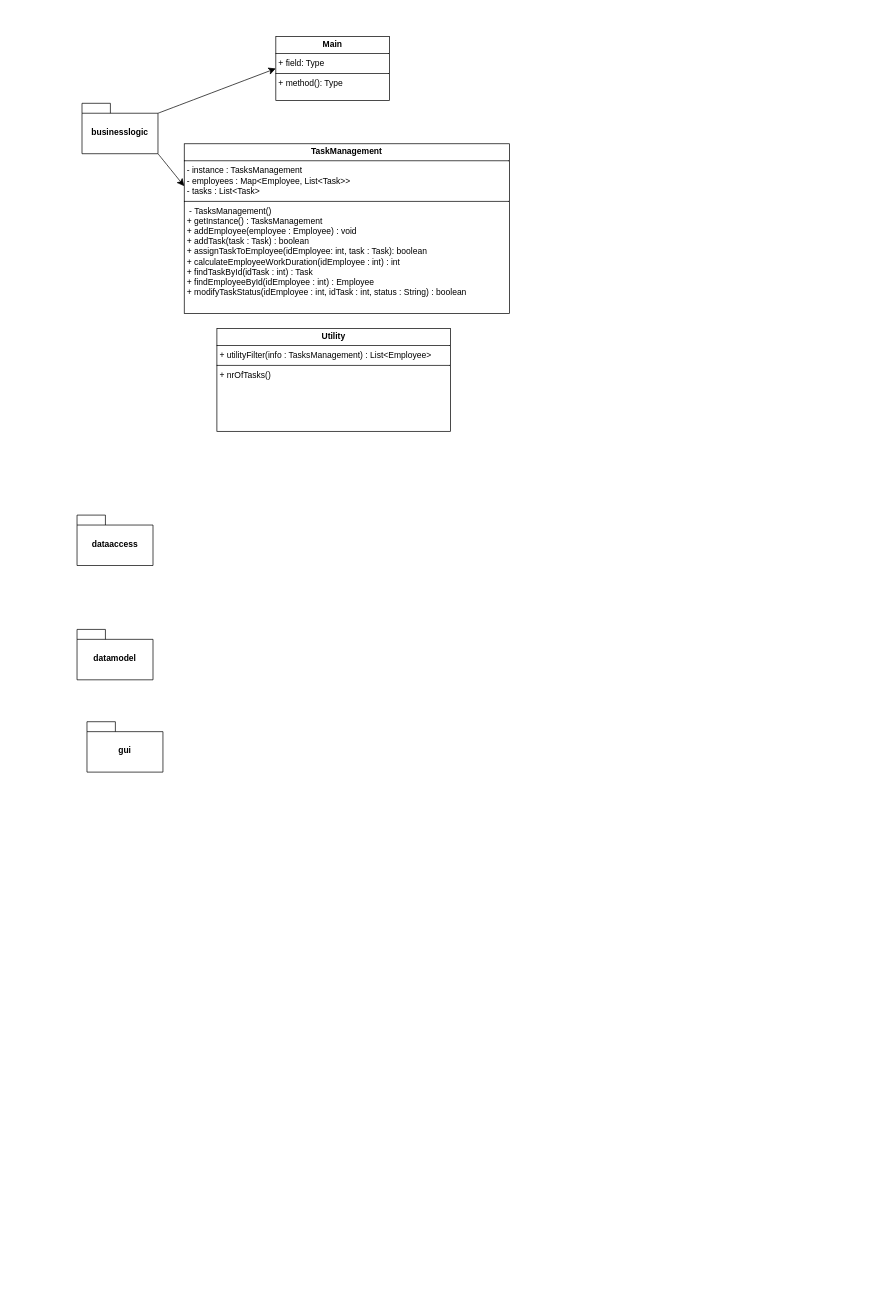
The draw.io diagram page "Page-3" (3 of 5) of UMLDiagram.drawio in 70NEL/TasksManagement, before the edit. Source tidied: cells renumbered, new cells numbered last; positions are measured from the earlier drawing's top-left corner, leaving out a move shared by most shapes. Both pictures are drawn from the tidied source at 71%, with x=0, y=0 at pixel (77, 36).
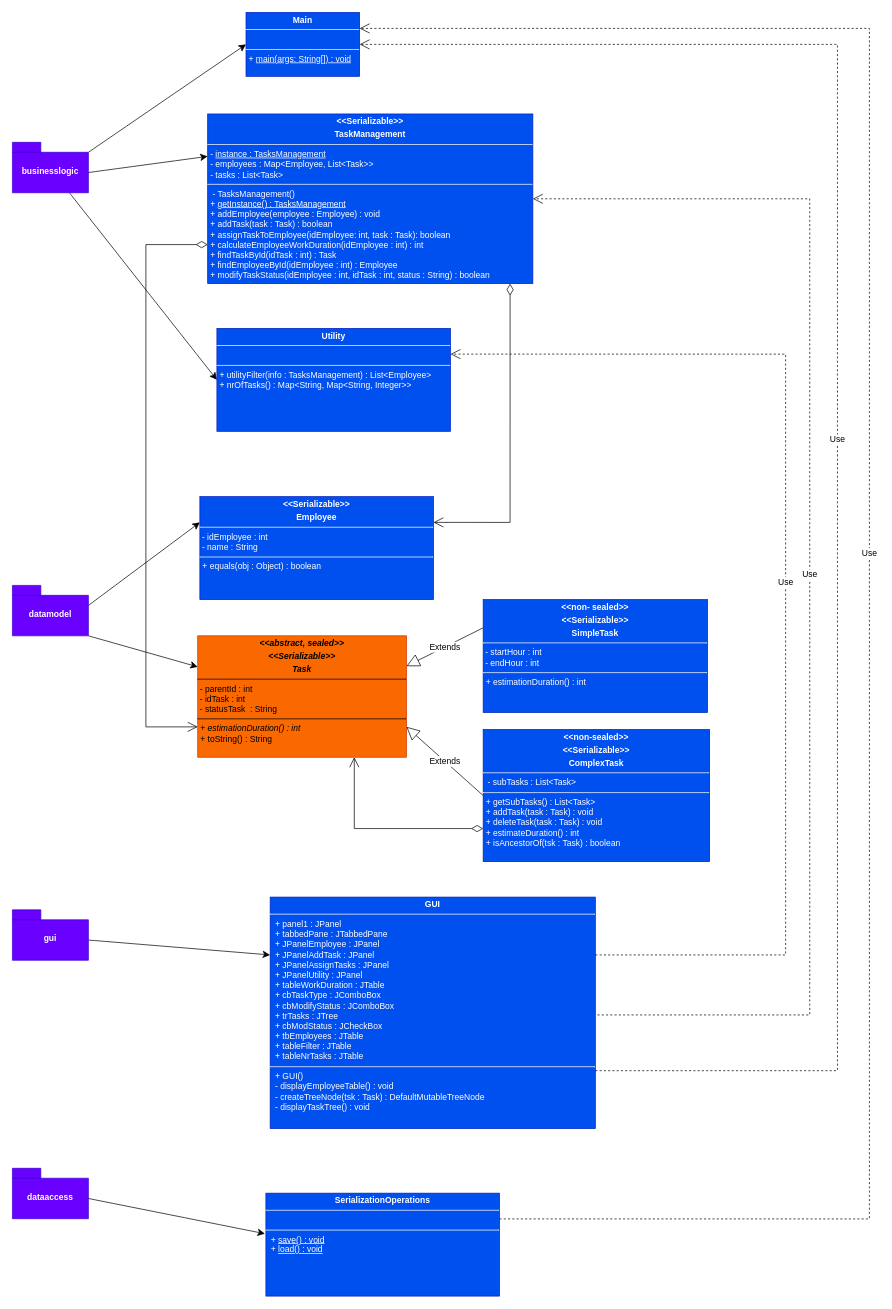
Above is the later version.

The edit, as a diff of the source:
```diff
@@
-    <mxCell id="3" style="edgeStyle=none;curved=1;rounded=0;jettySize=auto;html=1;exitX=0;exitY=0;exitDx=107;exitDy=71;exitPerimeter=0;entryX=0;entryY=0.25;entryDx=0;entryDy=0;fontSize=12;startSize=8;endSize=8;" parent="1" edge="1" source="4" target="9">
+    <mxCell id="3" style="edgeStyle=none;curved=1;rounded=0;jettySize=auto;html=1;exitX=0;exitY=0;exitDx=107;exitDy=42.5;exitPerimeter=0;entryX=0;entryY=0.25;entryDx=0;entryDy=0;fontSize=12;startSize=8;endSize=8;" parent="1" edge="1" source="4" target="9">
       <mxGeometry relative="1" as="geometry" />
     </mxCell>
+    <mxCell id="11" style="edgeStyle=none;curved=1;rounded=0;jettySize=auto;html=1;exitX=0.75;exitY=1;exitDx=0;exitDy=0;exitPerimeter=0;entryX=0;entryY=0.5;entryDx=0;entryDy=0;fontSize=12;startSize=8;endSize=8;" parent="1" edge="1" source="4" target="10">
+      <mxGeometry relative="1" as="geometry" />
+    </mxCell>
-    <mxCell id="4" value="businesslogic" style="shape=folder;fontStyle=1;spacingTop=10;tabWidth=40;tabHeight=14;tabPosition=left;html=1;whiteSpace=wrap;" parent="1" vertex="1">
-      <mxGeometry x="7" y="94" width="107" height="71" as="geometry" />
+    <mxCell id="4" value="businesslogic" style="shape=folder;fontStyle=1;spacingTop=10;tabWidth=40;tabHeight=14;tabPosition=left;html=1;whiteSpace=wrap;fillColor=#6a00ff;fontColor=#ffffff;strokeColor=#3700CC;" parent="1" vertex="1">
+      <mxGeometry x="-91" y="149" width="107" height="71" as="geometry" />
     </mxCell>
-    <mxCell id="5" value="dataaccess" style="shape=folder;fontStyle=1;spacingTop=10;tabWidth=40;tabHeight=14;tabPosition=left;html=1;whiteSpace=wrap;" parent="1" vertex="1">
-      <mxGeometry y="674" width="107" height="71" as="geometry" />
+    <mxCell id="5" value="dataaccess" style="shape=folder;fontStyle=1;spacingTop=10;tabWidth=40;tabHeight=14;tabPosition=left;html=1;whiteSpace=wrap;fillColor=#6a00ff;fontColor=#ffffff;strokeColor=#3700CC;" parent="1" vertex="1">
+      <mxGeometry x="-91" y="1594" width="107" height="71" as="geometry" />
     </mxCell>
+    <mxCell id="12" style="edgeStyle=none;curved=1;rounded=0;jettySize=auto;html=1;exitX=0;exitY=0;exitDx=107;exitDy=28.25;exitPerimeter=0;entryX=0;entryY=0.25;entryDx=0;entryDy=0;fontSize=12;startSize=8;endSize=8;" parent="1" edge="1" source="6" target="17">
+      <mxGeometry relative="1" as="geometry" />
+    </mxCell>
+    <mxCell id="13" style="edgeStyle=none;curved=1;rounded=0;jettySize=auto;html=1;exitX=0;exitY=0;exitDx=107;exitDy=71;exitPerimeter=0;fontSize=12;startSize=8;endSize=8;" parent="1" edge="1" source="6" target="18">
+      <mxGeometry relative="1" as="geometry" />
+    </mxCell>
-    <mxCell id="6" value="datamodel" style="shape=folder;fontStyle=1;spacingTop=10;tabWidth=40;tabHeight=14;tabPosition=left;html=1;whiteSpace=wrap;" parent="1" vertex="1">
-      <mxGeometry y="835" width="107" height="71" as="geometry" />
+    <mxCell id="6" value="datamodel" style="shape=folder;fontStyle=1;spacingTop=10;tabWidth=40;tabHeight=14;tabPosition=left;html=1;whiteSpace=wrap;fillColor=#6a00ff;fontColor=#ffffff;strokeColor=#3700CC;" parent="1" vertex="1">
+      <mxGeometry x="-91" y="773" width="107" height="71" as="geometry" />
     </mxCell>
+    <mxCell id="14" style="edgeStyle=none;curved=1;rounded=0;jettySize=auto;html=1;exitX=0;exitY=0;exitDx=107;exitDy=42.5;exitPerimeter=0;entryX=0;entryY=0.25;entryDx=0;entryDy=0;fontSize=12;startSize=8;endSize=8;" parent="1" edge="1" source="7" target="24">
+      <mxGeometry relative="1" as="geometry" />
+    </mxCell>
-    <mxCell id="7" value="gui" style="shape=folder;fontStyle=1;spacingTop=10;tabWidth=40;tabHeight=14;tabPosition=left;html=1;whiteSpace=wrap;" parent="1" vertex="1">
-      <mxGeometry x="14" y="965" width="107" height="71" as="geometry" />
+    <mxCell id="7" value="gui" style="shape=folder;fontStyle=1;spacingTop=10;tabWidth=40;tabHeight=14;tabPosition=left;html=1;whiteSpace=wrap;fillColor=#6a00ff;fontColor=#ffffff;strokeColor=#3700CC;" parent="1" vertex="1">
+      <mxGeometry x="-91" y="1230" width="107" height="71" as="geometry" />
     </mxCell>
-    <mxCell id="8" value="&lt;p style=&quot;margin:0px;margin-top:4px;text-align:center;&quot;&gt;&lt;b&gt;Main&lt;/b&gt;&lt;/p&gt;&lt;hr size=&quot;1&quot; style=&quot;border-style:solid;&quot;&gt;&lt;p style=&quot;margin:0px;margin-left:4px;&quot;&gt;+ field: Type&lt;/p&gt;&lt;hr size=&quot;1&quot; style=&quot;border-style:solid;&quot;&gt;&lt;p style=&quot;margin:0px;margin-left:4px;&quot;&gt;+ method(): Type&lt;/p&gt;" style="verticalAlign=top;align=left;overflow=fill;html=1;whiteSpace=wrap;" parent="1" vertex="1">
-      <mxGeometry x="280" width="160" height="90" as="geometry" />
+    <mxCell id="8" value="&lt;p style=&quot;margin:0px;margin-top:4px;text-align:center;&quot;&gt;&lt;b&gt;Main&lt;/b&gt;&lt;/p&gt;&lt;hr size=&quot;1&quot; style=&quot;border-style:solid;&quot;&gt;&lt;p style=&quot;margin:0px;margin-left:4px;&quot;&gt;&lt;br&gt;&lt;/p&gt;&lt;hr size=&quot;1&quot; style=&quot;border-style:solid;&quot;&gt;&lt;p style=&quot;margin:0px;margin-left:4px;&quot;&gt;+ &lt;u&gt;main(args: String[]) : void&lt;/u&gt;&lt;/p&gt;" style="verticalAlign=top;align=left;overflow=fill;html=1;whiteSpace=wrap;fillColor=#0050ef;fontColor=#ffffff;strokeColor=#001DBC;" parent="1" vertex="1">
+      <mxGeometry x="238" y="-34" width="160" height="90" as="geometry" />
     </mxCell>
-    <mxCell id="9" value="&lt;p style=&quot;margin:0px;margin-top:4px;text-align:center;&quot;&gt;&lt;b&gt;TaskManagement&lt;/b&gt;&lt;/p&gt;&lt;hr size=&quot;1&quot; style=&quot;border-style:solid;&quot;&gt;&lt;p style=&quot;margin:0px;margin-left:4px;&quot;&gt;- instance : TasksManagement&lt;/p&gt;&lt;p style=&quot;margin:0px;margin-left:4px;&quot;&gt;- employees : Map&amp;lt;Employee, List&amp;lt;Task&amp;gt;&amp;gt;&lt;/p&gt;&lt;p style=&quot;margin:0px;margin-left:4px;&quot;&gt;- tasks : List&amp;lt;Task&amp;gt;&lt;/p&gt;&lt;hr size=&quot;1&quot; style=&quot;border-style:solid;&quot;&gt;&lt;p style=&quot;margin:0px;margin-left:4px;&quot;&gt;&amp;nbsp;- TasksManagement()&lt;/p&gt;&lt;p style=&quot;margin:0px;margin-left:4px;&quot;&gt;+ getInstance() : TasksManagement&lt;/p&gt;&lt;p style=&quot;margin:0px;margin-left:4px;&quot;&gt;+ addEmployee(employee : Employee) : void&lt;/p&gt;&lt;p style=&quot;margin:0px;margin-left:4px;&quot;&gt;+ addTask(task : Task) : boolean&lt;/p&gt;&lt;p style=&quot;margin:0px;margin-left:4px;&quot;&gt;+ assignTaskToEmployee(idEmployee: int, task : Task): boolean&lt;/p&gt;&lt;p style=&quot;margin:0px;margin-left:4px;&quot;&gt;+ calculateEmployeeWorkDuration(idEmployee : int) : int&lt;/p&gt;&lt;p style=&quot;margin:0px;margin-left:4px;&quot;&gt;+ findTaskById(idTask : int) : Task&lt;/p&gt;&lt;p style=&quot;margin:0px;margin-left:4px;&quot;&gt;+ findEmployeeById(idEmployee : int) : Employee&lt;/p&gt;&lt;p style=&quot;margin:0px;margin-left:4px;&quot;&gt;+ modifyTaskStatus(idEmployee : int, idTask : int, status : String) : boolean&lt;/p&gt;" style="verticalAlign=top;align=left;overflow=fill;html=1;whiteSpace=wrap;" parent="1" vertex="1">
-      <mxGeometry x="151" y="151" width="458" height="239" as="geometry" />
+    <mxCell id="9" value="&lt;p style=&quot;margin:0px;margin-top:4px;text-align:center;&quot;&gt;&lt;b&gt;&amp;lt;&amp;lt;Serializable&amp;gt;&amp;gt;&lt;/b&gt;&lt;/p&gt;&lt;p style=&quot;margin:0px;margin-top:4px;text-align:center;&quot;&gt;&lt;b&gt;TaskManagement&lt;/b&gt;&lt;/p&gt;&lt;hr size=&quot;1&quot; style=&quot;border-style:solid;&quot;&gt;&lt;p style=&quot;margin:0px;margin-left:4px;&quot;&gt;- &lt;u&gt;instance : TasksManagement&lt;/u&gt;&lt;/p&gt;&lt;p style=&quot;margin:0px;margin-left:4px;&quot;&gt;- employees : Map&amp;lt;Employee, List&amp;lt;Task&amp;gt;&amp;gt;&lt;/p&gt;&lt;p style=&quot;margin:0px;margin-left:4px;&quot;&gt;- tasks : List&amp;lt;Task&amp;gt;&lt;/p&gt;&lt;hr size=&quot;1&quot; style=&quot;border-style:solid;&quot;&gt;&lt;p style=&quot;margin:0px;margin-left:4px;&quot;&gt;&amp;nbsp;- TasksManagement()&lt;/p&gt;&lt;p style=&quot;margin:0px;margin-left:4px;&quot;&gt;+ &lt;u&gt;getInstance() : TasksManagement&lt;/u&gt;&lt;/p&gt;&lt;p style=&quot;margin:0px;margin-left:4px;&quot;&gt;+ addEmployee(employee : Employee) : void&lt;/p&gt;&lt;p style=&quot;margin:0px;margin-left:4px;&quot;&gt;+ addTask(task : Task) : boolean&lt;/p&gt;&lt;p style=&quot;margin:0px;margin-left:4px;&quot;&gt;+ assignTaskToEmployee(idEmployee: int, task : Task): boolean&lt;/p&gt;&lt;p style=&quot;margin:0px;margin-left:4px;&quot;&gt;+ calculateEmployeeWorkDuration(idEmployee : int) : int&lt;/p&gt;&lt;p style=&quot;margin:0px;margin-left:4px;&quot;&gt;+ findTaskById(idTask : int) : Task&lt;/p&gt;&lt;p style=&quot;margin:0px;margin-left:4px;&quot;&gt;+ findEmployeeById(idEmployee : int) : Employee&lt;/p&gt;&lt;p style=&quot;margin:0px;margin-left:4px;&quot;&gt;+ modifyTaskStatus(idEmployee : int, idTask : int, status : String) : boolean&lt;/p&gt;" style="verticalAlign=top;align=left;overflow=fill;html=1;whiteSpace=wrap;fillColor=#0050ef;fontColor=#ffffff;strokeColor=#001DBC;" parent="1" vertex="1">
+      <mxGeometry x="184" y="109" width="458" height="239" as="geometry" />
     </mxCell>
-    <mxCell id="10" value="&lt;p style=&quot;margin:0px;margin-top:4px;text-align:center;&quot;&gt;&lt;b&gt;Utility&lt;/b&gt;&lt;/p&gt;&lt;hr size=&quot;1&quot; style=&quot;border-style:solid;&quot;&gt;&lt;p style=&quot;margin:0px;margin-left:4px;&quot;&gt;+ utilityFilter(info : TasksManagement) : List&amp;lt;Employee&amp;gt;&lt;/p&gt;&lt;hr size=&quot;1&quot; style=&quot;border-style:solid;&quot;&gt;&lt;p style=&quot;margin:0px;margin-left:4px;&quot;&gt;+ nrOfTasks()&lt;/p&gt;" style="verticalAlign=top;align=left;overflow=fill;html=1;whiteSpace=wrap;" parent="1" vertex="1">
+    <mxCell id="10" value="&lt;p style=&quot;margin:0px;margin-top:4px;text-align:center;&quot;&gt;&lt;b&gt;Utility&lt;/b&gt;&lt;/p&gt;&lt;hr size=&quot;1&quot; style=&quot;border-style:solid;&quot;&gt;&lt;p style=&quot;margin:0px;margin-left:4px;&quot;&gt;&lt;br&gt;&lt;/p&gt;&lt;hr size=&quot;1&quot; style=&quot;border-style:solid;&quot;&gt;&lt;p style=&quot;margin:0px;margin-left:4px;&quot;&gt;+ utilityFilter(info : TasksManagement) : List&amp;lt;Employee&amp;gt;&lt;/p&gt;&lt;p style=&quot;margin:0px;margin-left:4px;&quot;&gt;+ nrOfTasks() : Map&amp;lt;String, Map&amp;lt;String, Integer&amp;gt;&amp;gt;&lt;/p&gt;" style="verticalAlign=top;align=left;overflow=fill;html=1;whiteSpace=wrap;fillColor=#0050ef;fontColor=#ffffff;strokeColor=#001DBC;" parent="1" vertex="1">
       <mxGeometry x="197" y="411" width="329" height="145" as="geometry" />
     </mxCell>
+    <mxCell id="15" value="&lt;p style=&quot;margin:0px;margin-top:4px;text-align:center;&quot;&gt;&lt;b&gt;SerializationOperations&lt;/b&gt;&lt;/p&gt;&lt;hr size=&quot;1&quot; style=&quot;border-style:solid;&quot;&gt;&lt;p style=&quot;margin:0px;margin-left:4px;&quot;&gt;&lt;span style=&quot;white-space: pre;&quot;&gt;&#9;&lt;/span&gt;&lt;br&gt;&lt;/p&gt;&lt;hr size=&quot;1&quot; style=&quot;border-style:solid;&quot;&gt;&lt;p style=&quot;margin:0px;margin-left:4px;&quot;&gt;&amp;nbsp;+ &lt;u&gt;save() : void&lt;/u&gt;&lt;/p&gt;&lt;p style=&quot;margin:0px;margin-left:4px;&quot;&gt;&amp;nbsp;+ &lt;u&gt;load() : void&lt;/u&gt;&lt;/p&gt;" style="verticalAlign=top;align=left;overflow=fill;html=1;whiteSpace=wrap;fillColor=#0050ef;fontColor=#ffffff;strokeColor=#001DBC;" parent="1" vertex="1">
+      <mxGeometry x="266" y="1629" width="329" height="145" as="geometry" />
+    </mxCell>
+    <mxCell id="16" style="edgeStyle=none;curved=1;rounded=0;jettySize=auto;html=1;exitX=0;exitY=0;exitDx=107;exitDy=42.5;exitPerimeter=0;entryX=-0.004;entryY=0.394;entryDx=0;entryDy=0;entryPerimeter=0;fontSize=12;startSize=8;endSize=8;" parent="1" edge="1" source="5" target="15">
+      <mxGeometry relative="1" as="geometry" />
+    </mxCell>
+    <mxCell id="17" value="&lt;p style=&quot;margin:0px;margin-top:4px;text-align:center;&quot;&gt;&lt;b&gt;&amp;lt;&amp;lt;Serializable&amp;gt;&amp;gt;&lt;/b&gt;&lt;/p&gt;&lt;p style=&quot;margin:0px;margin-top:4px;text-align:center;&quot;&gt;&lt;b&gt;Employee&lt;/b&gt;&lt;/p&gt;&lt;hr size=&quot;1&quot; style=&quot;border-style:solid;&quot;&gt;&lt;div&gt;&amp;nbsp;- idEmployee : int&lt;/div&gt;&lt;div&gt;&amp;nbsp;- name : String&lt;/div&gt;&lt;hr size=&quot;1&quot; style=&quot;border-style:solid;&quot;&gt;&lt;p style=&quot;margin:0px;margin-left:4px;&quot;&gt;+ equals(obj : Object) : boolean&lt;/p&gt;" style="verticalAlign=top;align=left;overflow=fill;html=1;whiteSpace=wrap;fillColor=#0050ef;fontColor=#ffffff;strokeColor=#001DBC;" parent="1" vertex="1">
+      <mxGeometry x="173" y="648" width="329" height="145" as="geometry" />
+    </mxCell>
+    <mxCell id="18" value="&lt;p style=&quot;margin:0px;margin-top:4px;text-align:center;&quot;&gt;&lt;i&gt;&lt;b&gt;&amp;lt;&amp;lt;abstract, sealed&amp;gt;&amp;gt;&lt;/b&gt;&lt;/i&gt;&lt;/p&gt;&lt;p style=&quot;margin:0px;margin-top:4px;text-align:center;&quot;&gt;&lt;i&gt;&lt;b&gt;&amp;lt;&amp;lt;Serializable&amp;gt;&amp;gt;&lt;/b&gt;&lt;/i&gt;&lt;/p&gt;&lt;p style=&quot;margin:0px;margin-top:4px;text-align:center;&quot;&gt;&lt;i&gt;&lt;b&gt;Task&lt;/b&gt;&lt;/i&gt;&lt;/p&gt;&lt;hr size=&quot;1&quot; style=&quot;border-style:solid;&quot;&gt;&lt;div&gt;&amp;nbsp;- parentId : int&lt;/div&gt;&lt;div&gt;&amp;nbsp;- idTask : int&lt;/div&gt;&lt;div&gt;&amp;nbsp;- statusTask&amp;nbsp; : String&lt;/div&gt;&lt;hr size=&quot;1&quot; style=&quot;border-style:solid;&quot;&gt;&lt;p style=&quot;margin:0px;margin-left:4px;&quot;&gt;+ &lt;i&gt;estimationDuration() : int&lt;/i&gt;&lt;/p&gt;&lt;p style=&quot;margin:0px;margin-left:4px;&quot;&gt;+ toString() : String&lt;/p&gt;" style="verticalAlign=top;align=left;overflow=fill;html=1;whiteSpace=wrap;fillColor=#fa6800;fontColor=#000000;strokeColor=#C73500;" parent="1" vertex="1">
+      <mxGeometry x="170" y="844" width="294" height="171" as="geometry" />
+    </mxCell>
+    <mxCell id="19" value="Extends" style="endArrow=block;endSize=16;endFill=0;html=1;rounded=0;fontSize=12;curved=1;entryX=1;entryY=0.25;entryDx=0;entryDy=0;exitX=0;exitY=0.25;exitDx=0;exitDy=0;" parent="1" edge="1" source="20" target="18">
+      <mxGeometry relative="1" as="geometry" />
+    </mxCell>
+    <mxCell id="20" value="&lt;p style=&quot;margin:0px;margin-top:4px;text-align:center;&quot;&gt;&lt;b&gt;&amp;lt;&amp;lt;non- sealed&amp;gt;&amp;gt;&lt;/b&gt;&lt;/p&gt;&lt;p style=&quot;margin:0px;margin-top:4px;text-align:center;&quot;&gt;&lt;b&gt;&amp;lt;&amp;lt;Serializable&amp;gt;&amp;gt;&lt;/b&gt;&lt;/p&gt;&lt;p style=&quot;margin:0px;margin-top:4px;text-align:center;&quot;&gt;&lt;b&gt;SimpleTask&lt;/b&gt;&lt;/p&gt;&lt;hr size=&quot;1&quot; style=&quot;border-style:solid;&quot;&gt;&lt;div&gt;&amp;nbsp;- startHour : int&lt;/div&gt;&lt;div&gt;&amp;nbsp;- endHour : int&lt;/div&gt;&lt;hr size=&quot;1&quot; style=&quot;border-style:solid;&quot;&gt;&lt;p style=&quot;margin:0px;margin-left:4px;&quot;&gt;+ estimationDuration() : int&lt;/p&gt;&lt;p style=&quot;margin:0px;margin-left:4px;&quot;&gt;&lt;br&gt;&lt;/p&gt;" style="verticalAlign=top;align=left;overflow=fill;html=1;whiteSpace=wrap;fillColor=#0050ef;fontColor=#ffffff;strokeColor=#001DBC;" parent="1" vertex="1">
+      <mxGeometry x="572" y="793" width="316" height="159" as="geometry" />
+    </mxCell>
+    <mxCell id="21" value="Extends" style="endArrow=block;endSize=16;endFill=0;html=1;rounded=0;fontSize=12;curved=1;entryX=1;entryY=0.75;entryDx=0;entryDy=0;exitX=0;exitY=0.5;exitDx=0;exitDy=0;" parent="1" edge="1" source="22" target="18">
+      <mxGeometry relative="1" as="geometry" />
+    </mxCell>
+    <mxCell id="22" value="&lt;p style=&quot;margin:0px;margin-top:4px;text-align:center;&quot;&gt;&lt;b&gt;&amp;lt;&amp;lt;non-sealed&amp;gt;&amp;gt;&lt;/b&gt;&lt;/p&gt;&lt;p style=&quot;margin:0px;margin-top:4px;text-align:center;&quot;&gt;&lt;b&gt;&amp;lt;&amp;lt;Serializable&amp;gt;&amp;gt;&lt;/b&gt;&lt;/p&gt;&lt;p style=&quot;margin:0px;margin-top:4px;text-align:center;&quot;&gt;&lt;b&gt;ComplexTask&lt;/b&gt;&lt;/p&gt;&lt;hr size=&quot;1&quot; style=&quot;border-style:solid;&quot;&gt;&amp;nbsp; - subTasks : List&amp;lt;Task&amp;gt;&lt;hr size=&quot;1&quot; style=&quot;border-style:solid;&quot;&gt;&lt;p style=&quot;margin:0px;margin-left:4px;&quot;&gt;+ getSubTasks() : List&amp;lt;Task&amp;gt;&lt;/p&gt;&lt;p style=&quot;margin:0px;margin-left:4px;&quot;&gt;+ addTask(task : Task) : void&lt;/p&gt;&lt;p style=&quot;margin:0px;margin-left:4px;&quot;&gt;+ deleteTask(task : Task) : void&lt;/p&gt;&lt;p style=&quot;margin:0px;margin-left:4px;&quot;&gt;+ estimateDuration() : int&lt;/p&gt;&lt;p style=&quot;margin:0px;margin-left:4px;&quot;&gt;+ isAncestorOf(tsk : Task) : boolean&lt;/p&gt;&lt;p style=&quot;margin:0px;margin-left:4px;&quot;&gt;&lt;br&gt;&lt;/p&gt;" style="verticalAlign=top;align=left;overflow=fill;html=1;whiteSpace=wrap;fillColor=#0050ef;fontColor=#ffffff;strokeColor=#001DBC;" parent="1" vertex="1">
+      <mxGeometry x="572" y="976" width="319" height="186" as="geometry" />
+    </mxCell>
+    <mxCell id="23" style="endArrow=open;html=1;endSize=12;startArrow=diamondThin;startSize=14;startFill=0;edgeStyle=orthogonalEdgeStyle;align=left;verticalAlign=bottom;rounded=0;fontSize=12;entryX=0.75;entryY=1;entryDx=0;entryDy=0;exitX=0;exitY=0.75;exitDx=0;exitDy=0;" parent="1" edge="1" source="22" target="18">
+      <mxGeometry x="-1" y="3" relative="1" as="geometry" />
+    </mxCell>
+    <mxCell id="24" value="&lt;p style=&quot;margin:0px;margin-top:4px;text-align:center;&quot;&gt;&lt;b&gt;GUI&lt;/b&gt;&lt;/p&gt;&lt;hr size=&quot;1&quot; style=&quot;border-style:solid;&quot;&gt;&lt;p style=&quot;margin:0px;margin-left:4px;&quot;&gt;&amp;nbsp;+ panel1 : JPanel&lt;/p&gt;&lt;p style=&quot;margin:0px;margin-left:4px;&quot;&gt;&amp;nbsp;+ tabbedPane : JTabbedPane&lt;/p&gt;&lt;p style=&quot;margin:0px;margin-left:4px;&quot;&gt;&amp;nbsp;+ JPanelEmployee : JPanel&lt;/p&gt;&lt;p style=&quot;margin:0px;margin-left:4px;&quot;&gt;&amp;nbsp;+ JPanelAddTask : JPanel&lt;/p&gt;&lt;p style=&quot;margin:0px;margin-left:4px;&quot;&gt;&amp;nbsp;+ JPanelAssignTasks : JPanel&lt;/p&gt;&lt;p style=&quot;margin:0px;margin-left:4px;&quot;&gt;&amp;nbsp;+ JPanelUtility : JPanel&lt;/p&gt;&lt;p style=&quot;margin:0px;margin-left:4px;&quot;&gt;&amp;nbsp;+ tableWorkDuration : JTable&lt;/p&gt;&lt;p style=&quot;margin:0px;margin-left:4px;&quot;&gt;&amp;nbsp;+ cbTaskType : JComboBox&lt;/p&gt;&lt;p style=&quot;margin:0px;margin-left:4px;&quot;&gt;&amp;nbsp;+ cbModifyStatus : JComboBox&lt;/p&gt;&lt;p style=&quot;margin:0px;margin-left:4px;&quot;&gt;&amp;nbsp;+ trTasks : JTree&lt;/p&gt;&lt;p style=&quot;margin:0px;margin-left:4px;&quot;&gt;&amp;nbsp;+ cbModStatus : JCheckBox&lt;/p&gt;&lt;p style=&quot;margin:0px;margin-left:4px;&quot;&gt;&amp;nbsp;+ tbEmployees : JTable&lt;/p&gt;&lt;p style=&quot;margin:0px;margin-left:4px;&quot;&gt;&amp;nbsp;+ tableFilter : JTable&lt;/p&gt;&lt;p style=&quot;margin:0px;margin-left:4px;&quot;&gt;&amp;nbsp;+ tableNrTasks : JTable&lt;/p&gt;&lt;hr size=&quot;1&quot; style=&quot;border-style:solid;&quot;&gt;&lt;p style=&quot;margin:0px;margin-left:4px;&quot;&gt;&amp;nbsp;+ GUI()&lt;/p&gt;&lt;p style=&quot;margin:0px;margin-left:4px;&quot;&gt;&amp;nbsp;- displayEmployeeTable() : void&lt;/p&gt;&lt;p style=&quot;margin:0px;margin-left:4px;&quot;&gt;&amp;nbsp;- createTreeNode(tsk : Task) : DefaultMutableTreeNode&lt;/p&gt;&lt;p style=&quot;margin:0px;margin-left:4px;&quot;&gt;&amp;nbsp;- displayTaskTree() : void&lt;/p&gt;" style="verticalAlign=top;align=left;overflow=fill;html=1;whiteSpace=wrap;fillColor=#0050ef;fontColor=#ffffff;strokeColor=#001DBC;" parent="1" vertex="1">
+      <mxGeometry x="272" y="1212" width="458" height="326" as="geometry" />
+    </mxCell>
+    <mxCell id="25" style="endArrow=open;html=1;endSize=12;startArrow=diamondThin;startSize=14;startFill=0;edgeStyle=orthogonalEdgeStyle;align=left;verticalAlign=bottom;rounded=0;fontSize=12;entryX=1;entryY=0.25;entryDx=0;entryDy=0;exitX=0.93;exitY=1;exitDx=0;exitDy=0;exitPerimeter=0;" parent="1" edge="1" source="9" target="17">
+      <mxGeometry x="-1" y="3" relative="1" as="geometry" />
+    </mxCell>
+    <mxCell id="26" value="Use" style="endArrow=open;endSize=12;dashed=1;html=1;rounded=0;fontSize=12;exitX=1;exitY=0.25;exitDx=0;exitDy=0;edgeStyle=orthogonalEdgeStyle;entryX=1;entryY=0.25;entryDx=0;entryDy=0;" parent="1" edge="1" source="15" target="8">
+      <mxGeometry relative="1" as="geometry">
+        <Array as="points">
+          <mxPoint x="1116" y="1665" />
+          <mxPoint x="1116" y="-11" />
+        </Array>
+      </mxGeometry>
+    </mxCell>
+    <mxCell id="27" value="Use" style="endArrow=open;endSize=12;dashed=1;html=1;rounded=0;fontSize=12;exitX=1;exitY=0.75;exitDx=0;exitDy=0;edgeStyle=orthogonalEdgeStyle;entryX=1;entryY=0.5;entryDx=0;entryDy=0;" parent="1" edge="1" source="24" target="8">
+      <mxGeometry relative="1" as="geometry">
+        <Array as="points">
+          <mxPoint x="1071" y="1457" />
+          <mxPoint x="1071" y="11" />
+        </Array>
+      </mxGeometry>
+    </mxCell>
+    <mxCell id="28" style="endArrow=open;html=1;endSize=12;startArrow=diamondThin;startSize=14;startFill=0;edgeStyle=orthogonalEdgeStyle;align=left;verticalAlign=bottom;rounded=0;fontSize=12;entryX=0;entryY=0.75;entryDx=0;entryDy=0;exitX=0.93;exitY=1;exitDx=0;exitDy=0;exitPerimeter=0;" parent="1" edge="1" target="18">
+      <mxGeometry x="-1" y="3" relative="1" as="geometry">
+        <mxPoint x="184" y="293" as="sourcePoint" />
+        <Array as="points">
+          <mxPoint x="97" y="293" />
+          <mxPoint x="97" y="972" />
+        </Array>
+      </mxGeometry>
+    </mxCell>
+    <mxCell id="29" value="Use" style="endArrow=open;endSize=12;dashed=1;html=1;rounded=0;fontSize=12;entryX=1;entryY=0.25;entryDx=0;entryDy=0;edgeStyle=orthogonalEdgeStyle;exitX=1;exitY=0.25;exitDx=0;exitDy=0;" parent="1" edge="1" source="24" target="10">
+      <mxGeometry relative="1" as="geometry">
+        <Array as="points">
+          <mxPoint x="998" y="1294" />
+          <mxPoint x="998" y="447" />
+        </Array>
+      </mxGeometry>
+    </mxCell>
+    <mxCell id="30" value="Use" style="endArrow=open;endSize=12;dashed=1;html=1;rounded=0;fontSize=12;entryX=1;entryY=0.5;entryDx=0;entryDy=0;edgeStyle=orthogonalEdgeStyle;exitX=1;exitY=0.25;exitDx=0;exitDy=0;" parent="1" edge="1" target="9">
+      <mxGeometry relative="1" as="geometry">
+        <mxPoint x="733" y="1378" as="sourcePoint" />
+        <Array as="points">
+          <mxPoint x="1032" y="1378" />
+          <mxPoint x="1032" y="229" />
+        </Array>
+      </mxGeometry>
+    </mxCell>
```
